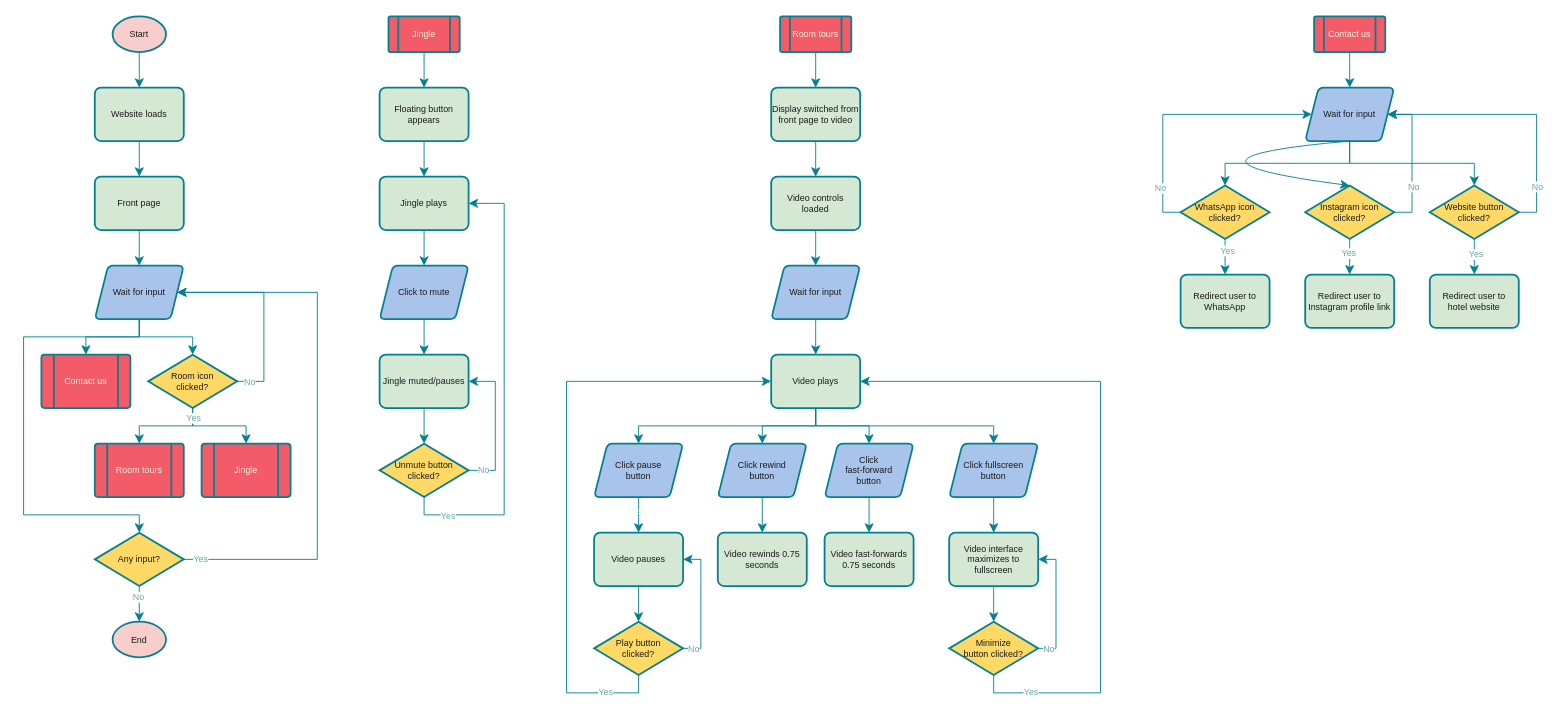
Above: joylive.drawio in yudhalexa/joylive-marketing (draw.io), before the change. Source tidied: cells renumbered, new cells numbered last; positions are measured from the earlier drawing's top-left corner, leaving out a move shared by most shapes. Both pictures are drawn from the tidied source at 89%, with x=0, y=0 at pixel (23, 16).
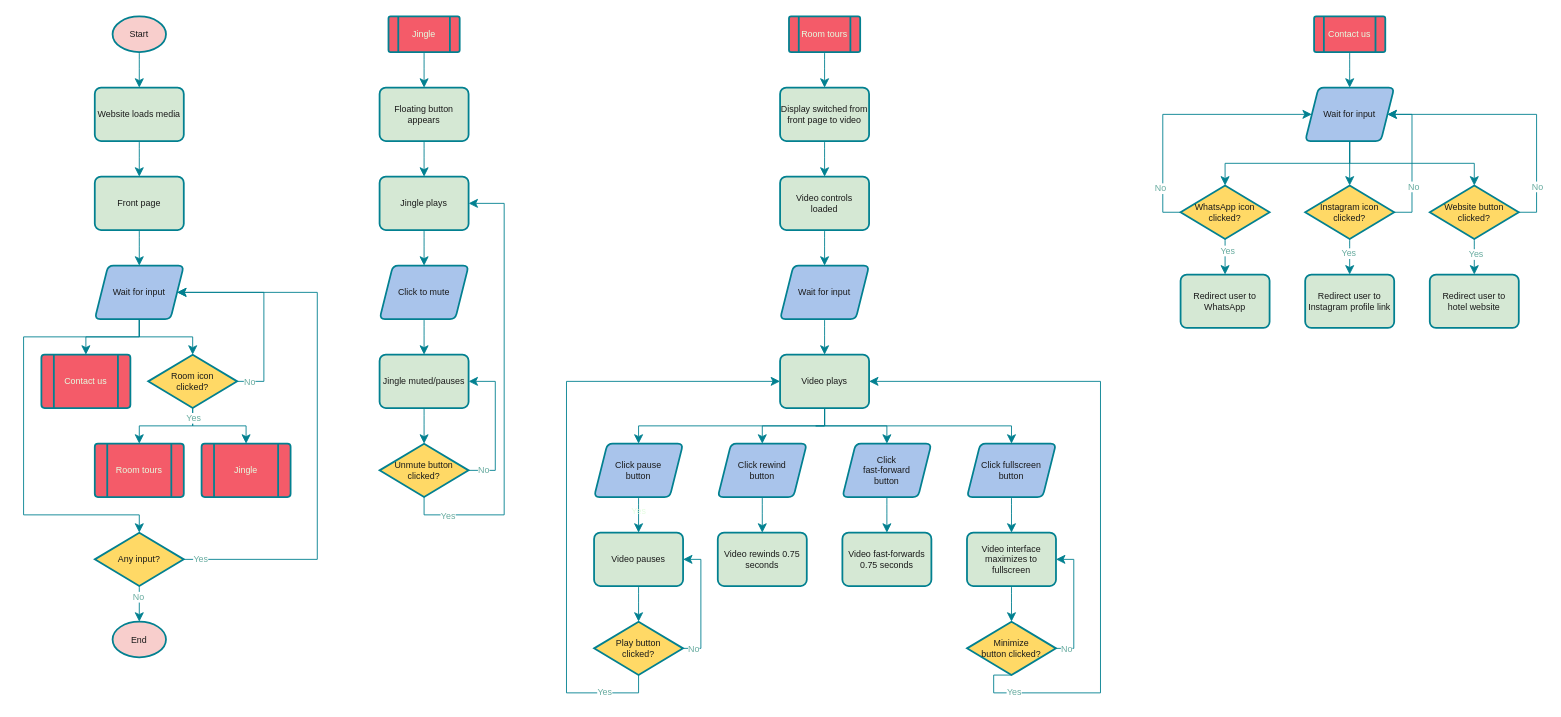
The same diagram, later.

Unchanged cells that the change refers to:
```xml
<mxCell id="81" value="Wait for input" style="shape=parallelogram;html=1;strokeWidth=2;perimeter=parallelogramPerimeter;whiteSpace=wrap;rounded=1;arcSize=12;size=0.15000000000000002;labelBackgroundColor=none;fillColor=#A9C4EB;strokeColor=#028090;fontColor=#1A1A1A;fontSize=10;" parent="1" vertex="1">
  <mxGeometry x="1440" y="80" width="100" height="60" as="geometry" />
</mxCell>
<mxCell id="86" value="Instagram icon clicked?" style="strokeWidth=2;html=1;shape=mxgraph.flowchart.decision;whiteSpace=wrap;labelBackgroundColor=none;fillColor=#FFD966;strokeColor=#028090;fontColor=#1A1A1A;fontSize=10;" parent="1" vertex="1">
  <mxGeometry x="1440" y="190" width="100" height="60" as="geometry" />
</mxCell>
```

Change to the diagram source:
```diff
@@
-    <mxCell id="5" value="Website loads" style="rounded=1;whiteSpace=wrap;html=1;absoluteArcSize=1;arcSize=14;strokeWidth=2;labelBackgroundColor=none;fillColor=#D5E8D4;strokeColor=#028090;fontColor=#1A1A1A;fontSize=10;" parent="1" vertex="1">
+    <mxCell id="5" value="Website loads media" style="rounded=1;whiteSpace=wrap;html=1;absoluteArcSize=1;arcSize=14;strokeWidth=2;labelBackgroundColor=none;fillColor=#D5E8D4;strokeColor=#028090;fontColor=#1A1A1A;fontSize=10;" parent="1" vertex="1">
       <mxGeometry x="80" y="80" width="100" height="60" as="geometry" />
     </mxCell>
@@
     <mxCell id="17" value="Room tours" style="verticalLabelPosition=middle;verticalAlign=middle;shape=process;rounded=1;size=0.14;arcSize=6;strokeWidth=2;whiteSpace=wrap;html=1;fontColor=#E4FDE1;spacingBottom=1;labelPosition=center;align=center;labelBackgroundColor=none;fillColor=#F45B69;strokeColor=#028090;fontSize=10;" parent="1" vertex="1">
-      <mxGeometry x="850" width="80" height="40" as="geometry" />
+      <mxGeometry x="860" width="80" height="40" as="geometry" />
     </mxCell>
@@
     <mxCell id="19" value="Display switched from front page to video" style="rounded=1;whiteSpace=wrap;html=1;absoluteArcSize=1;arcSize=14;strokeWidth=2;labelBackgroundColor=none;fillColor=#D5E8D4;strokeColor=#028090;fontColor=#1A1A1A;fontSize=10;" parent="1" vertex="1">
-      <mxGeometry x="840" y="80" width="100" height="60" as="geometry" />
+      <mxGeometry x="850" y="80" width="100" height="60" as="geometry" />
     </mxCell>
@@
     <mxCell id="21" value="Video controls&lt;div&gt;loaded&lt;/div&gt;" style="rounded=1;whiteSpace=wrap;html=1;absoluteArcSize=1;arcSize=14;strokeWidth=2;labelBackgroundColor=none;fillColor=#D5E8D4;strokeColor=#028090;fontColor=#1A1A1A;fontSize=10;" parent="1" vertex="1">
-      <mxGeometry x="840" y="180" width="100" height="60" as="geometry" />
+      <mxGeometry x="850" y="180" width="100" height="60" as="geometry" />
     </mxCell>
     <mxCell id="22" value="Video plays" style="rounded=1;whiteSpace=wrap;html=1;absoluteArcSize=1;arcSize=14;strokeWidth=2;labelBackgroundColor=none;fillColor=#D5E8D4;strokeColor=#028090;fontColor=#1A1A1A;fontSize=10;" parent="1" vertex="1">
-      <mxGeometry x="840" y="380" width="100" height="60" as="geometry" />
+      <mxGeometry x="850" y="380" width="100" height="60" as="geometry" />
     </mxCell>
@@
     <mxCell id="39" value="Wait for input" style="shape=parallelogram;html=1;strokeWidth=2;perimeter=parallelogramPerimeter;whiteSpace=wrap;rounded=1;arcSize=12;size=0.15000000000000002;labelBackgroundColor=none;fillColor=#A9C4EB;strokeColor=#028090;fontColor=#1A1A1A;fontSize=10;" parent="1" vertex="1">
-      <mxGeometry x="840" y="280" width="100" height="60" as="geometry" />
+      <mxGeometry x="850" y="280" width="100" height="60" as="geometry" />
     </mxCell>
@@
     <mxCell id="67" value="Click&lt;div&gt;fast-forward&lt;/div&gt;&lt;div&gt;button&lt;/div&gt;" style="shape=parallelogram;html=1;strokeWidth=2;perimeter=parallelogramPerimeter;whiteSpace=wrap;rounded=1;arcSize=12;size=0.15000000000000002;labelBackgroundColor=none;fillColor=#A9C4EB;strokeColor=#028090;fontColor=#1A1A1A;fontSize=10;" parent="1" vertex="1">
-      <mxGeometry x="900" y="480" width="100" height="60" as="geometry" />
+      <mxGeometry x="920" y="480" width="100" height="60" as="geometry" />
     </mxCell>
     <mxCell id="68" value="Video fast-forwards 0.75 seconds" style="rounded=1;whiteSpace=wrap;html=1;absoluteArcSize=1;arcSize=14;strokeWidth=2;labelBackgroundColor=none;fillColor=#D5E8D4;strokeColor=#028090;fontColor=#1A1A1A;fontSize=10;" parent="1" vertex="1">
-      <mxGeometry x="900" y="580" width="100" height="60" as="geometry" />
+      <mxGeometry x="920" y="580" width="100" height="60" as="geometry" />
     </mxCell>
     <mxCell id="69" style="edgeStyle=orthogonalEdgeStyle;rounded=0;jettySize=auto;html=1;exitX=0.5;exitY=1;exitDx=0;exitDy=0;entryX=0.5;entryY=0;entryDx=0;entryDy=0;fontSize=10;startSize=8;endSize=8;labelBackgroundColor=none;strokeColor=#028090;fontColor=default;" parent="1" edge="1" source="22" target="78">
-      <mxGeometry relative="1" as="geometry" />
+      <mxGeometry relative="1" as="geometry">
+        <Array as="points">
+          <mxPoint x="890" y="460" />
+          <mxPoint x="1090" y="460" />
+        </Array>
+      </mxGeometry>
     </mxCell>
     <mxCell id="70" value="Video interface maximizes to fullscreen" style="rounded=1;whiteSpace=wrap;html=1;absoluteArcSize=1;arcSize=14;strokeWidth=2;labelBackgroundColor=none;fillColor=#D5E8D4;strokeColor=#028090;fontColor=#1A1A1A;fontSize=10;" parent="1" vertex="1">
-      <mxGeometry x="1040" y="580" width="100" height="60" as="geometry" />
+      <mxGeometry x="1060" y="580" width="100" height="60" as="geometry" />
     </mxCell>
@@
     <mxCell id="75" value="Minimize&lt;div&gt;button clicked?&lt;/div&gt;" style="strokeWidth=2;html=1;shape=mxgraph.flowchart.decision;whiteSpace=wrap;labelBackgroundColor=none;fillColor=#FFD966;strokeColor=#028090;fontColor=#1A1A1A;fontSize=10;" parent="1" vertex="1">
-      <mxGeometry x="1040" y="680" width="100" height="60" as="geometry" />
+      <mxGeometry x="1060" y="680" width="100" height="60" as="geometry" />
     </mxCell>
@@
     <mxCell id="78" value="Click fullscreen&lt;div&gt;button&lt;/div&gt;" style="shape=parallelogram;html=1;strokeWidth=2;perimeter=parallelogramPerimeter;whiteSpace=wrap;rounded=1;arcSize=12;size=0.15000000000000002;labelBackgroundColor=none;fillColor=#A9C4EB;strokeColor=#028090;fontColor=#1A1A1A;fontSize=10;" parent="1" vertex="1">
-      <mxGeometry x="1040" y="480" width="100" height="60" as="geometry" />
+      <mxGeometry x="1060" y="480" width="100" height="60" as="geometry" />
     </mxCell>
@@
-    <mxCell id="99" style="edgeStyle=none;curved=1;rounded=0;jettySize=auto;html=1;exitX=0.5;exitY=1;exitDx=0;exitDy=0;entryX=0.5;entryY=0;entryDx=0;entryDy=0;entryPerimeter=0;fontSize=10;startSize=8;endSize=8;labelBackgroundColor=none;strokeColor=#028090;fontColor=default;" parent="1" edge="1" source="81" target="86">
-      <mxGeometry relative="1" as="geometry">
-        <Array as="points">
-          <mxPoint x="1260" y="160" />
-        </Array>
-      </mxGeometry>
+    <mxCell id="99" style="rounded=0;jettySize=auto;html=1;exitX=0.5;exitY=1;exitDx=0;exitDy=0;entryX=0.5;entryY=0;entryDx=0;entryDy=0;entryPerimeter=0;fontSize=10;startSize=8;endSize=8;labelBackgroundColor=none;strokeColor=#028090;fontColor=default;" parent="1" edge="1" source="81" target="86">
+      <mxGeometry relative="1" as="geometry" />
     </mxCell>
```
